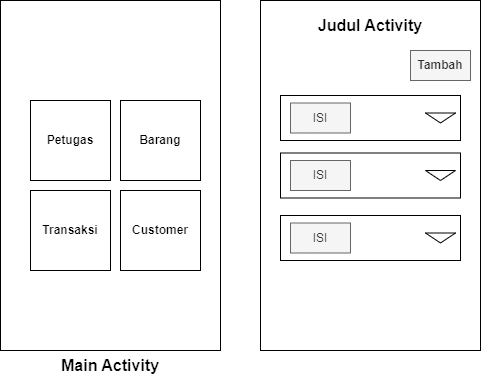
The draw.io diagram Designactivity.drawio.png in MountZ1/PR_PenjualanHandPhone_ArdiSaputraTIP-21.2, before a commit. Source tidied: cells renumbered, new cells last; positions are measured from the earlier drawing's top-left corner, leaving out a move shared by most shapes.
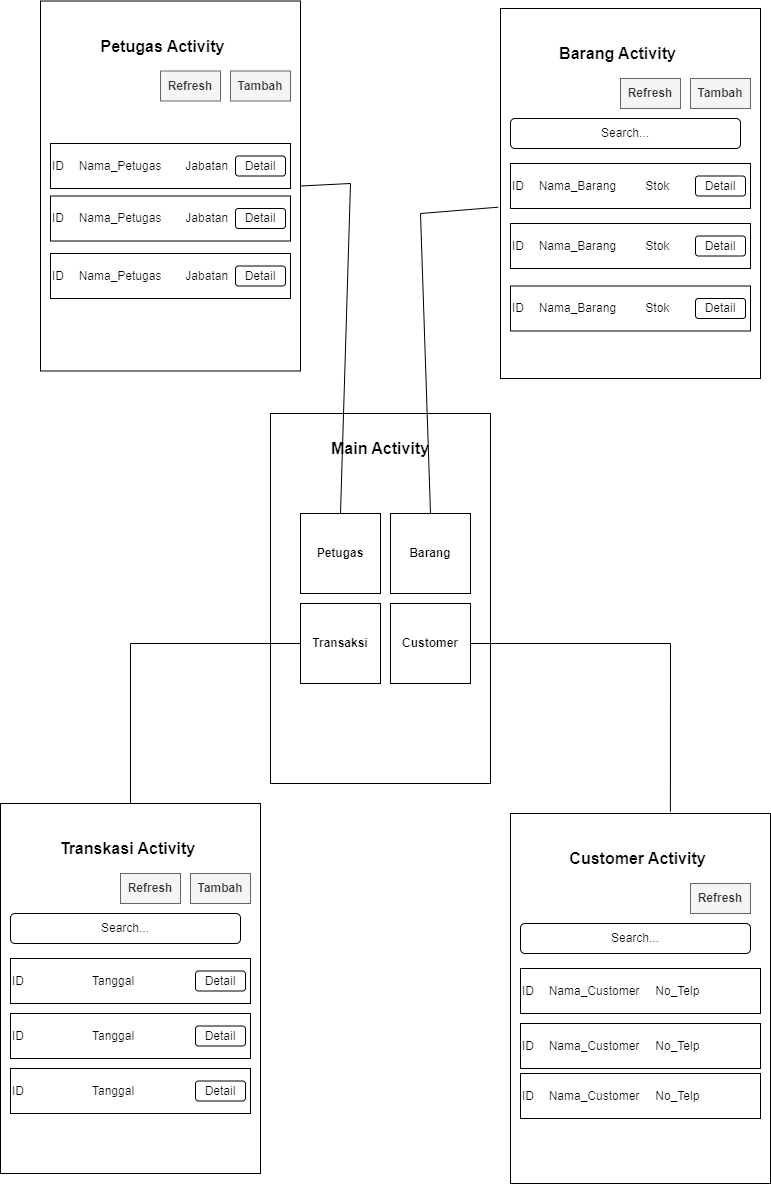
After the commit.

What changed in the source:
```diff
@@ -3,10 +3,10 @@
     <mxCell id="0" />
     <mxCell id="1" parent="0" />
     <mxCell id="2" style="rounded=0;whiteSpace=wrap;html=1;" parent="1" vertex="1">
-      <mxGeometry x="410" y="50" width="60" height="30" as="geometry" />
+      <mxGeometry x="380" y="-335" width="60" height="30" as="geometry" />
     </mxCell>
     <mxCell id="3" style="rounded=0;whiteSpace=wrap;html=1;" parent="1" vertex="1">
-      <mxGeometry width="220" height="350" as="geometry" />
+      <mxGeometry width="220" height="370" as="geometry" />
     </mxCell>
     <mxCell id="4" style="whiteSpace=wrap;html=1;" parent="1" vertex="1">
       <mxGeometry x="30" y="100" width="80" height="80" as="geometry" />
@@ -33,43 +33,167 @@
       <mxGeometry x="130" y="215" width="60" height="30" as="geometry" />
     </mxCell>
     <mxCell id="12" value="&lt;b&gt;&lt;font style=&quot;font-size: 16px;&quot;&gt;Main Activity&lt;/font&gt;&lt;/b&gt;" style="text;html=1;strokeColor=none;fillColor=none;align=center;verticalAlign=middle;whiteSpace=wrap;rounded=0;" parent="1" vertex="1">
-      <mxGeometry x="55" y="350" width="110" height="30" as="geometry" />
+      <mxGeometry x="55" y="20" width="110" height="30" as="geometry" />
     </mxCell>
     <mxCell id="13" style="rounded=0;whiteSpace=wrap;html=1;" parent="1" vertex="1">
-      <mxGeometry x="260" width="220" height="350" as="geometry" />
+      <mxGeometry x="230" y="-405" width="260" height="370" as="geometry" />
     </mxCell>
-    <mxCell id="14" value="&lt;b&gt;&lt;font style=&quot;font-size: 16px;&quot;&gt;Judul Activity&lt;/font&gt;&lt;/b&gt;" style="text;html=1;strokeColor=none;fillColor=none;align=center;verticalAlign=middle;whiteSpace=wrap;rounded=0;" parent="1" vertex="1">
-      <mxGeometry x="315" y="10" width="110" height="30" as="geometry" />
+    <mxCell id="14" value="&lt;b&gt;&lt;font style=&quot;font-size: 16px;&quot;&gt;Barang Activity&lt;/font&gt;&lt;/b&gt;" style="text;html=1;strokeColor=none;fillColor=none;align=center;verticalAlign=middle;whiteSpace=wrap;rounded=0;" parent="1" vertex="1">
+      <mxGeometry x="285" y="-375" width="125" height="30" as="geometry" />
     </mxCell>
     <mxCell id="15" value="Tambah" style="text;html=1;strokeColor=#666666;fillColor=#f5f5f5;align=center;verticalAlign=middle;whiteSpace=wrap;rounded=0;fontStyle=1;fontColor=#333333;strokeWidth=1;" parent="1" vertex="1">
-      <mxGeometry x="410" y="50" width="60" height="30" as="geometry" />
+      <mxGeometry x="420" y="-335" width="60" height="30" as="geometry" />
     </mxCell>
-    <mxCell id="16" style="rounded=0;whiteSpace=wrap;html=1;" parent="1" vertex="1">
-      <mxGeometry x="280" y="95" width="180" height="45" as="geometry" />
+    <mxCell id="16" value="ID &lt;span style=&quot;white-space: pre;&quot;&gt;&#9;&lt;/span&gt;Nama_Barang&lt;span style=&quot;white-space: pre;&quot;&gt;&#9;&lt;/span&gt;&lt;span style=&quot;white-space: pre;&quot;&gt;&#9;&lt;/span&gt;Stok" style="rounded=0;whiteSpace=wrap;html=1;align=left;" parent="1" vertex="1">
+      <mxGeometry x="240" y="-250" width="240" height="45" as="geometry" />
     </mxCell>
-    <mxCell id="17" value="ISI" style="text;html=1;align=center;verticalAlign=middle;whiteSpace=wrap;rounded=0;strokeWidth=1;fillColor=#f5f5f5;fontColor=#333333;strokeColor=#666666;" parent="1" vertex="1">
-      <mxGeometry x="290" y="102.5" width="60" height="30" as="geometry" />
-    </mxCell>
-    <mxCell id="18" style="triangle;whiteSpace=wrap;html=1;direction=south;" parent="1" vertex="1">
-      <mxGeometry x="425" y="112.5" width="30" height="10" as="geometry" />
-    </mxCell>
-    <mxCell id="19" style="rounded=0;whiteSpace=wrap;html=1;" parent="1" vertex="1">
-      <mxGeometry x="280" y="152.5" width="180" height="45" as="geometry" />
-    </mxCell>
-    <mxCell id="20" style="rounded=0;whiteSpace=wrap;html=1;" parent="1" vertex="1">
-      <mxGeometry x="280" y="215" width="180" height="45" as="geometry" />
-    </mxCell>
-    <mxCell id="21" value="ISI" style="text;html=1;align=center;verticalAlign=middle;whiteSpace=wrap;rounded=0;strokeWidth=1;fillColor=#f5f5f5;fontColor=#333333;strokeColor=#666666;" parent="1" vertex="1">
-      <mxGeometry x="290" y="160" width="60" height="30" as="geometry" />
-    </mxCell>
-    <mxCell id="22" value="ISI" style="text;html=1;align=center;verticalAlign=middle;whiteSpace=wrap;rounded=0;strokeWidth=1;fillColor=#f5f5f5;fontColor=#333333;strokeColor=#666666;" parent="1" vertex="1">
-      <mxGeometry x="290" y="222.5" width="60" height="30" as="geometry" />
-    </mxCell>
-    <mxCell id="23" style="triangle;whiteSpace=wrap;html=1;direction=south;" parent="1" vertex="1">
-      <mxGeometry x="425" y="170" width="30" height="10" as="geometry" />
-    </mxCell>
-    <mxCell id="24" style="triangle;whiteSpace=wrap;html=1;direction=south;" parent="1" vertex="1">
-      <mxGeometry x="425" y="232.5" width="30" height="10" as="geometry" />
-    </mxCell>
+    <mxCell id="25" value="Refresh" style="text;html=1;strokeColor=#666666;fillColor=#f5f5f5;align=center;verticalAlign=middle;whiteSpace=wrap;rounded=0;fontStyle=1;fontColor=#333333;strokeWidth=1;" parent="1" vertex="1">
+      <mxGeometry x="350" y="-335" width="60" height="30" as="geometry" />
+    </mxCell>
+    <mxCell id="26" value="Detail" style="rounded=1;whiteSpace=wrap;html=1;" parent="1" vertex="1">
+      <mxGeometry x="425" y="-237.5" width="50" height="20" as="geometry" />
+    </mxCell>
+    <mxCell id="27" value="Search..." style="rounded=1;whiteSpace=wrap;html=1;" parent="1" vertex="1">
+      <mxGeometry x="240" y="-295" width="230" height="30" as="geometry" />
+    </mxCell>
+    <mxCell id="28" value="ID &lt;span style=&quot;white-space: pre;&quot;&gt;&#9;&lt;/span&gt;Nama_Barang&lt;span style=&quot;white-space: pre;&quot;&gt;&#9;&lt;/span&gt;&lt;span style=&quot;white-space: pre;&quot;&gt;&#9;&lt;/span&gt;Stok" style="rounded=0;whiteSpace=wrap;html=1;align=left;" parent="1" vertex="1">
+      <mxGeometry x="240" y="-190" width="240" height="45" as="geometry" />
+    </mxCell>
+    <mxCell id="29" value="ID &lt;span style=&quot;white-space: pre;&quot;&gt;&#9;&lt;/span&gt;Nama_Barang&lt;span style=&quot;white-space: pre;&quot;&gt;&#9;&lt;/span&gt;&lt;span style=&quot;white-space: pre;&quot;&gt;&#9;&lt;/span&gt;Stok" style="rounded=0;whiteSpace=wrap;html=1;align=left;" parent="1" vertex="1">
+      <mxGeometry x="240" y="-127.5" width="240" height="45" as="geometry" />
+    </mxCell>
+    <mxCell id="30" value="Detail" style="rounded=1;whiteSpace=wrap;html=1;" parent="1" vertex="1">
+      <mxGeometry x="425" y="-115" width="50" height="20" as="geometry" />
+    </mxCell>
+    <mxCell id="31" value="Detail" style="rounded=1;whiteSpace=wrap;html=1;" parent="1" vertex="1">
+      <mxGeometry x="425" y="-177.5" width="50" height="20" as="geometry" />
+    </mxCell>
+    <mxCell id="32" style="endArrow=none;html=1;rounded=0;exitX=0.5;exitY=0;exitDx=0;exitDy=0;entryX=-0.009;entryY=0.537;entryDx=0;entryDy=0;entryPerimeter=0;" parent="1" edge="1" source="5" target="13">
+      <mxGeometry relative="1" as="geometry">
+        <Array as="points">
+          <mxPoint x="150" y="-200" />
+        </Array>
+      </mxGeometry>
+    </mxCell>
+    <mxCell id="33" style="rounded=0;whiteSpace=wrap;html=1;" parent="1" vertex="1">
+      <mxGeometry x="-80" y="-342.5" width="60" height="30" as="geometry" />
+    </mxCell>
+    <mxCell id="34" style="rounded=0;whiteSpace=wrap;html=1;" parent="1" vertex="1">
+      <mxGeometry x="-230" y="-412.5" width="260" height="370" as="geometry" />
+    </mxCell>
+    <mxCell id="35" value="&lt;b&gt;&lt;font style=&quot;font-size: 16px;&quot;&gt;Petugas Activity&lt;/font&gt;&lt;/b&gt;" style="text;html=1;strokeColor=none;fillColor=none;align=center;verticalAlign=middle;whiteSpace=wrap;rounded=0;" parent="1" vertex="1">
+      <mxGeometry x="-175" y="-382.5" width="135" height="30" as="geometry" />
+    </mxCell>
+    <mxCell id="36" value="Tambah" style="text;html=1;strokeColor=#666666;fillColor=#f5f5f5;align=center;verticalAlign=middle;whiteSpace=wrap;rounded=0;fontStyle=1;fontColor=#333333;strokeWidth=1;" parent="1" vertex="1">
+      <mxGeometry x="-40" y="-342.5" width="60" height="30" as="geometry" />
+    </mxCell>
+    <mxCell id="37" value="ID &lt;span style=&quot;white-space: pre;&quot;&gt;&#9;&lt;/span&gt;Nama_Petugas&lt;span style=&quot;white-space: pre;&quot;&gt;&#9;&lt;/span&gt;Jabatan" style="rounded=0;whiteSpace=wrap;html=1;align=left;" parent="1" vertex="1">
+      <mxGeometry x="-220" y="-217.5" width="240" height="45" as="geometry" />
+    </mxCell>
+    <mxCell id="38" value="Refresh" style="text;html=1;strokeColor=#666666;fillColor=#f5f5f5;align=center;verticalAlign=middle;whiteSpace=wrap;rounded=0;fontStyle=1;fontColor=#333333;strokeWidth=1;" parent="1" vertex="1">
+      <mxGeometry x="-110" y="-342.5" width="60" height="30" as="geometry" />
+    </mxCell>
+    <mxCell id="39" value="Detail" style="rounded=1;whiteSpace=wrap;html=1;" parent="1" vertex="1">
+      <mxGeometry x="-35" y="-205" width="50" height="20" as="geometry" />
+    </mxCell>
+    <mxCell id="40" value="ID &lt;span style=&quot;white-space: pre;&quot;&gt;&#9;&lt;/span&gt;Nama_Petugas&lt;span style=&quot;white-space: pre;&quot;&gt;&#9;&lt;/span&gt;Jabatan" style="rounded=0;whiteSpace=wrap;html=1;align=left;" parent="1" vertex="1">
+      <mxGeometry x="-220" y="-160" width="240" height="45" as="geometry" />
+    </mxCell>
+    <mxCell id="41" value="Detail" style="rounded=1;whiteSpace=wrap;html=1;" parent="1" vertex="1">
+      <mxGeometry x="-35" y="-147.5" width="50" height="20" as="geometry" />
+    </mxCell>
+    <mxCell id="42" value="ID &lt;span style=&quot;white-space: pre;&quot;&gt;&#9;&lt;/span&gt;Nama_Petugas&lt;span style=&quot;white-space: pre;&quot;&gt;&#9;&lt;/span&gt;Jabatan" style="rounded=0;whiteSpace=wrap;html=1;align=left;" parent="1" vertex="1">
+      <mxGeometry x="-220" y="-270" width="240" height="45" as="geometry" />
+    </mxCell>
+    <mxCell id="43" value="Detail" style="rounded=1;whiteSpace=wrap;html=1;" parent="1" vertex="1">
+      <mxGeometry x="-35" y="-257.5" width="50" height="20" as="geometry" />
+    </mxCell>
+    <mxCell id="44" style="endArrow=none;html=1;rounded=0;exitX=0.5;exitY=0;exitDx=0;exitDy=0;entryX=1;entryY=0.5;entryDx=0;entryDy=0;" parent="1" edge="1" source="4" target="34">
+      <mxGeometry relative="1" as="geometry">
+        <Array as="points">
+          <mxPoint x="80" y="-230" />
+        </Array>
+      </mxGeometry>
+    </mxCell>
+    <mxCell id="45" style="rounded=0;whiteSpace=wrap;html=1;" parent="1" vertex="1">
+      <mxGeometry x="390" y="470" width="60" height="30" as="geometry" />
+    </mxCell>
+    <mxCell id="46" style="rounded=0;whiteSpace=wrap;html=1;" parent="1" vertex="1">
+      <mxGeometry x="240" y="400" width="260" height="370" as="geometry" />
+    </mxCell>
+    <mxCell id="47" value="&lt;b&gt;&lt;font style=&quot;font-size: 16px;&quot;&gt;Customer Activity&lt;/font&gt;&lt;/b&gt;" style="text;html=1;strokeColor=none;fillColor=none;align=center;verticalAlign=middle;whiteSpace=wrap;rounded=0;" parent="1" vertex="1">
+      <mxGeometry x="295" y="430" width="145" height="30" as="geometry" />
+    </mxCell>
+    <mxCell id="48" value="ID &lt;span style=&quot;white-space: pre;&quot;&gt;&#9;&lt;/span&gt;Nama_Customer&lt;span style=&quot;white-space: pre;&quot;&gt;&#9;&lt;/span&gt;No_Telp" style="rounded=0;whiteSpace=wrap;html=1;align=left;" parent="1" vertex="1">
+      <mxGeometry x="250" y="555" width="240" height="45" as="geometry" />
+    </mxCell>
+    <mxCell id="49" value="Refresh" style="text;html=1;strokeColor=#666666;fillColor=#f5f5f5;align=center;verticalAlign=middle;whiteSpace=wrap;rounded=0;fontStyle=1;fontColor=#333333;strokeWidth=1;" parent="1" vertex="1">
+      <mxGeometry x="420" y="470" width="60" height="30" as="geometry" />
+    </mxCell>
+    <mxCell id="50" value="Search..." style="rounded=1;whiteSpace=wrap;html=1;" parent="1" vertex="1">
+      <mxGeometry x="250" y="510" width="230" height="30" as="geometry" />
+    </mxCell>
+    <mxCell id="51" value="ID &lt;span style=&quot;white-space: pre;&quot;&gt;&#9;&lt;/span&gt;Nama_Customer&lt;span style=&quot;white-space: pre;&quot;&gt;&#9;&lt;/span&gt;No_Telp" style="rounded=0;whiteSpace=wrap;html=1;align=left;" parent="1" vertex="1">
+      <mxGeometry x="250" y="610" width="240" height="45" as="geometry" />
+    </mxCell>
+    <mxCell id="52" value="ID &lt;span style=&quot;white-space: pre;&quot;&gt;&#9;&lt;/span&gt;Nama_Customer&lt;span style=&quot;white-space: pre;&quot;&gt;&#9;&lt;/span&gt;No_Telp" style="rounded=0;whiteSpace=wrap;html=1;align=left;" parent="1" vertex="1">
+      <mxGeometry x="250" y="660" width="240" height="45" as="geometry" />
+    </mxCell>
+    <mxCell id="53" style="endArrow=none;html=1;rounded=0;exitX=1;exitY=0.5;exitDx=0;exitDy=0;entryX=0.615;entryY=-0.005;entryDx=0;entryDy=0;entryPerimeter=0;" parent="1" edge="1" source="6" target="46">
+      <mxGeometry relative="1" as="geometry">
+        <Array as="points">
+          <mxPoint x="400" y="230" />
+        </Array>
+      </mxGeometry>
+    </mxCell>
+    <mxCell id="54" style="rounded=0;whiteSpace=wrap;html=1;" parent="1" vertex="1">
+      <mxGeometry x="-120" y="460" width="60" height="30" as="geometry" />
+    </mxCell>
+    <mxCell id="55" style="rounded=0;whiteSpace=wrap;html=1;" parent="1" vertex="1">
+      <mxGeometry x="-270" y="390" width="260" height="370" as="geometry" />
+    </mxCell>
+    <mxCell id="56" value="&lt;b&gt;&lt;font style=&quot;font-size: 16px;&quot;&gt;Transkasi Activity&lt;/font&gt;&lt;/b&gt;" style="text;html=1;strokeColor=none;fillColor=none;align=center;verticalAlign=middle;whiteSpace=wrap;rounded=0;" parent="1" vertex="1">
+      <mxGeometry x="-215" y="420" width="145" height="30" as="geometry" />
+    </mxCell>
+    <mxCell id="57" value="Tambah" style="text;html=1;strokeColor=#666666;fillColor=#f5f5f5;align=center;verticalAlign=middle;whiteSpace=wrap;rounded=0;fontStyle=1;fontColor=#333333;strokeWidth=1;" parent="1" vertex="1">
+      <mxGeometry x="-80" y="460" width="60" height="30" as="geometry" />
+    </mxCell>
+    <mxCell id="58" value="ID&lt;span style=&quot;white-space: pre;&quot;&gt;&#9;&lt;/span&gt;&lt;span style=&quot;white-space: pre;&quot;&gt;&#9;&lt;/span&gt; &lt;span style=&quot;white-space: pre;&quot;&gt;&#9;&lt;/span&gt;Tanggal" style="rounded=0;whiteSpace=wrap;html=1;align=left;" parent="1" vertex="1">
+      <mxGeometry x="-260" y="545" width="240" height="45" as="geometry" />
+    </mxCell>
+    <mxCell id="59" value="Refresh" style="text;html=1;strokeColor=#666666;fillColor=#f5f5f5;align=center;verticalAlign=middle;whiteSpace=wrap;rounded=0;fontStyle=1;fontColor=#333333;strokeWidth=1;" parent="1" vertex="1">
+      <mxGeometry x="-150" y="460" width="60" height="30" as="geometry" />
+    </mxCell>
+    <mxCell id="60" value="Detail" style="rounded=1;whiteSpace=wrap;html=1;" parent="1" vertex="1">
+      <mxGeometry x="-75" y="557.5" width="50" height="20" as="geometry" />
+    </mxCell>
+    <mxCell id="61" value="Search..." style="rounded=1;whiteSpace=wrap;html=1;" parent="1" vertex="1">
+      <mxGeometry x="-260" y="500" width="230" height="30" as="geometry" />
+    </mxCell>
+    <mxCell id="62" value="Detail" style="rounded=1;whiteSpace=wrap;html=1;" parent="1" vertex="1">
+      <mxGeometry x="-75" y="612.5" width="50" height="20" as="geometry" />
+    </mxCell>
+    <mxCell id="63" value="ID&lt;span style=&quot;white-space: pre;&quot;&gt;&#9;&lt;/span&gt;&lt;span style=&quot;white-space: pre;&quot;&gt;&#9;&lt;/span&gt; &lt;span style=&quot;white-space: pre;&quot;&gt;&#9;&lt;/span&gt;Tanggal&lt;span style=&quot;white-space: pre;&quot;&gt;&#9;&lt;/span&gt;&lt;span style=&quot;white-space: pre;&quot;&gt;&#9;&lt;/span&gt;" style="rounded=0;whiteSpace=wrap;html=1;align=left;" parent="1" vertex="1">
+      <mxGeometry x="-260" y="600" width="240" height="45" as="geometry" />
+    </mxCell>
+    <mxCell id="64" value="Detail" style="rounded=1;whiteSpace=wrap;html=1;" parent="1" vertex="1">
+      <mxGeometry x="-75" y="667.5" width="50" height="20" as="geometry" />
+    </mxCell>
+    <mxCell id="65" value="ID &lt;span style=&quot;white-space: pre;&quot;&gt;&#9;&lt;/span&gt;&lt;span style=&quot;white-space: pre;&quot;&gt;&#9;&lt;/span&gt;&lt;span style=&quot;white-space: pre;&quot;&gt;&#9;&lt;/span&gt;Tanggal&lt;span style=&quot;white-space: pre;&quot;&gt;&#9;&lt;/span&gt;&lt;span style=&quot;white-space: pre;&quot;&gt;&#9;&lt;/span&gt;" style="rounded=0;whiteSpace=wrap;html=1;align=left;" parent="1" vertex="1">
+      <mxGeometry x="-260" y="655" width="240" height="45" as="geometry" />
+    </mxCell>
+    <mxCell id="66" value="Detail" style="rounded=1;whiteSpace=wrap;html=1;" parent="1" vertex="1">
+      <mxGeometry x="-75" y="612.5" width="50" height="20" as="geometry" />
+    </mxCell>
+    <mxCell id="67" value="Detail" style="rounded=1;whiteSpace=wrap;html=1;" parent="1" vertex="1">
+      <mxGeometry x="-75" y="667.5" width="50" height="20" as="geometry" />
+    </mxCell>
+    <mxCell id="68" style="endArrow=none;html=1;rounded=0;exitX=0.5;exitY=0;exitDx=0;exitDy=0;entryX=0;entryY=0.5;entryDx=0;entryDy=0;" parent="1" edge="1" source="55" target="7">
+      <mxGeometry relative="1" as="geometry">
+        <Array as="points">
+          <mxPoint x="-140" y="230" />
+        </Array>
+      </mxGeometry>
+    </mxCell>
   </root>
 </mxGraphModel>
```
